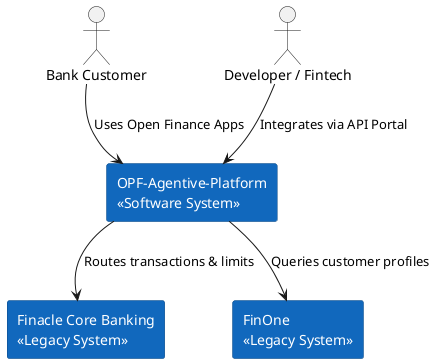
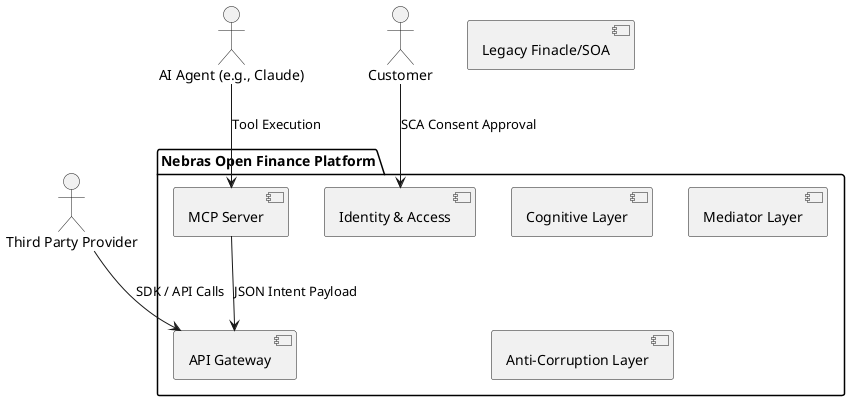
@startuml C4_Context
!define RECTANGLE class

skinparam rectangle {
    BackgroundColor #1168bd
    FontColor white
    BorderColor #0b4884
}

- actor "Bank Customer" as customer
- actor "Developer / Fintech" as dev
+ actor "Third Party Provider" as TPP
+ actor "AI Agent (e.g., Claude)" as AIAgent
+ actor "Customer" as Customer

- rectangle "OPF-Agentive-Platform\n<<Software System>>" as opf
- rectangle "Finacle Core Banking\n<<Legacy System>>" as finacle
- rectangle "FinOne\n<<Legacy System>>" as finone
+ package "Nebras Open Finance Platform" {
+     component "MCP Server" as MCP
+     component "API Gateway" as Gateway
+     component "Cognitive Layer" as Cognitive
+     component "Mediator Layer" as Mediator
+     component "Identity & Access" as IAM
+     component "Anti-Corruption Layer" as ACL
+ }

- customer --> opf : Uses Open Finance Apps
- dev --> opf : Integrates via API Portal
- opf --> finacle : Routes transactions & limits
- opf --> finone : Queries customer profiles
+ component "Legacy Finacle/SOA" as Finacle
+ 
+ TPP --> Gateway : SDK / API Calls
+ AIAgent --> MCP : Tool Execution
+ MCP --> Gateway : JSON Intent Payload
+ Customer --> IAM : SCA Consent Approval

@enduml
